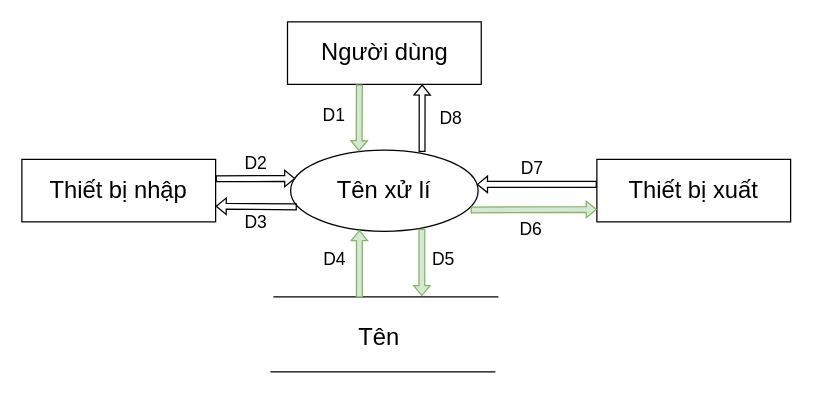
The draw.io diagram CheckUrDFDForNewStrategyOption.drawio in ht-N/NMCNPM, before the edit. Source tidied: cells renumbered, new cells numbered last; positions are measured from the earlier drawing's top-left corner, leaving out a move shared by most shapes. Both pictures are drawn from the tidied source at 125%, with x=0, y=0 at pixel (21, 21).
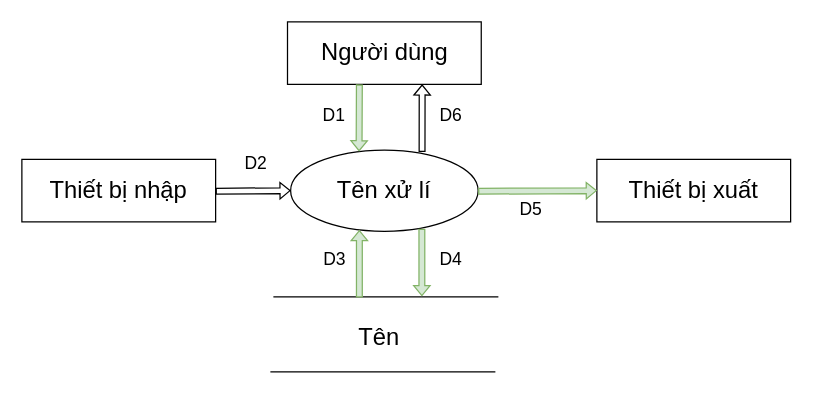
Above is the later version.

Unchanged cells that the change refers to:
```xml
<mxCell id="3" value="Thiết bị nhập" style="rounded=0;whiteSpace=wrap;html=1;fontSize=19;" parent="1" vertex="1">
  <mxGeometry y="110" width="155" height="50" as="geometry" />
</mxCell>
<mxCell id="4" value="Thiết bị xuất" style="rounded=0;whiteSpace=wrap;html=1;fontSize=19;" parent="1" vertex="1">
  <mxGeometry x="460" y="110" width="155" height="50" as="geometry" />
</mxCell>
<mxCell id="8" value="Tên xử lí" style="ellipse;whiteSpace=wrap;html=1;fontSize=19;" parent="1" vertex="1">
  <mxGeometry x="215" y="102.5" width="150" height="65" as="geometry" />
</mxCell>
```

Change to the diagram source:
```diff
@@
-    <mxCell id="9" style="shape=flexArrow;endArrow=classic;html=1;rounded=0;exitX=1;exitY=0.25;exitDx=0;exitDy=0;endWidth=7.444444444444444;entryX=0.025;entryY=0.351;entryDx=0;entryDy=0;entryPerimeter=0;endSize=2.3333333333333335;startSize=6;strokeWidth=1;width=4.666666666666667;" parent="1" edge="1" target="8">
+    <mxCell id="9" style="shape=flexArrow;endArrow=classic;html=1;rounded=0;exitX=1;exitY=0.25;exitDx=0;exitDy=0;endWidth=7.444444444444444;entryX=0;entryY=0.5;entryDx=0;entryDy=0;endSize=2.3333333333333335;startSize=6;strokeWidth=1;width=4.666666666666667;" parent="1" edge="1" target="8">
       <mxGeometry relative="1" as="geometry">
-        <mxPoint x="155" y="125.5" as="sourcePoint" />
+        <mxPoint x="155" y="135.5" as="sourcePoint" />
       </mxGeometry>
     </mxCell>
-    <mxCell id="10" style="shape=flexArrow;endArrow=classic;html=1;rounded=0;endWidth=7.444444444444444;entryX=1;entryY=0.75;entryDx=0;entryDy=0;endSize=2.3333333333333335;startSize=6;strokeWidth=1;width=4.666666666666667;" parent="1" edge="1" target="3">
-      <mxGeometry relative="1" as="geometry">
-        <mxPoint x="220" y="148" as="sourcePoint" />
-      </mxGeometry>
-    </mxCell>
@@
-    <mxCell id="15" style="shape=flexArrow;endArrow=classic;html=1;rounded=0;exitX=1;exitY=0.25;exitDx=0;exitDy=0;endWidth=7.444444444444444;entryX=0;entryY=0.8;entryDx=0;entryDy=0;entryPerimeter=0;endSize=2.3333333333333335;startSize=6;strokeWidth=1;width=4.666666666666667;fillColor=#d5e8d4;strokeColor=#82b366;" parent="1" edge="1" target="4">
+    <mxCell id="15" style="shape=flexArrow;endArrow=classic;html=1;rounded=0;exitX=1;exitY=0.25;exitDx=0;exitDy=0;endWidth=7.444444444444444;endSize=2.3333333333333335;startSize=6;strokeWidth=1;width=4.666666666666667;fillColor=#d5e8d4;strokeColor=#82b366;" parent="1" edge="1">
       <mxGeometry relative="1" as="geometry">
-        <mxPoint x="359" y="150.5" as="sourcePoint" />
+        <mxPoint x="365" y="135.5" as="sourcePoint" />
+        <mxPoint x="460" y="135" as="targetPoint" />
       </mxGeometry>
     </mxCell>
-    <mxCell id="16" style="shape=flexArrow;endArrow=classic;html=1;rounded=0;endWidth=7.444444444444444;endSize=2.3333333333333335;startSize=6;strokeWidth=1;width=4.666666666666667;" parent="1" edge="1">
-      <mxGeometry relative="1" as="geometry">
-        <mxPoint x="460" y="130" as="sourcePoint" />
-        <mxPoint x="364" y="130" as="targetPoint" />
-      </mxGeometry>
-    </mxCell>
@@
     <mxCell id="19" value="D3" style="text;html=1;align=center;verticalAlign=middle;whiteSpace=wrap;rounded=0;fontSize=14;" parent="1" vertex="1">
-      <mxGeometry x="170" y="150" width="35" height="20" as="geometry" />
+      <mxGeometry x="232.5" y="180" width="35" height="20" as="geometry" />
     </mxCell>
     <mxCell id="20" value="D4" style="text;html=1;align=center;verticalAlign=middle;whiteSpace=wrap;rounded=0;fontSize=14;" parent="1" vertex="1">
-      <mxGeometry x="232.5" y="180" width="35" height="20" as="geometry" />
+      <mxGeometry x="326" y="180" width="35" height="20" as="geometry" />
     </mxCell>
     <mxCell id="21" value="D5" style="text;html=1;align=center;verticalAlign=middle;whiteSpace=wrap;rounded=0;fontSize=14;" parent="1" vertex="1">
-      <mxGeometry x="320" y="180" width="35" height="20" as="geometry" />
+      <mxGeometry x="390" y="140" width="35" height="20" as="geometry" />
     </mxCell>
     <mxCell id="22" value="D6" style="text;html=1;align=center;verticalAlign=middle;whiteSpace=wrap;rounded=0;fontSize=14;" parent="1" vertex="1">
-      <mxGeometry x="390" y="156" width="35" height="20" as="geometry" />
+      <mxGeometry x="326" y="65" width="35" height="20" as="geometry" />
     </mxCell>
-    <mxCell id="23" value="D7" style="text;html=1;align=center;verticalAlign=middle;whiteSpace=wrap;rounded=0;fontSize=14;" parent="1" vertex="1">
-      <mxGeometry x="391" y="106.5" width="35" height="20" as="geometry" />
-    </mxCell>
-    <mxCell id="24" value="D8" style="text;html=1;align=center;verticalAlign=middle;whiteSpace=wrap;rounded=0;fontSize=14;" parent="1" vertex="1">
-      <mxGeometry x="326" y="67" width="35" height="20" as="geometry" />
-    </mxCell>
```
